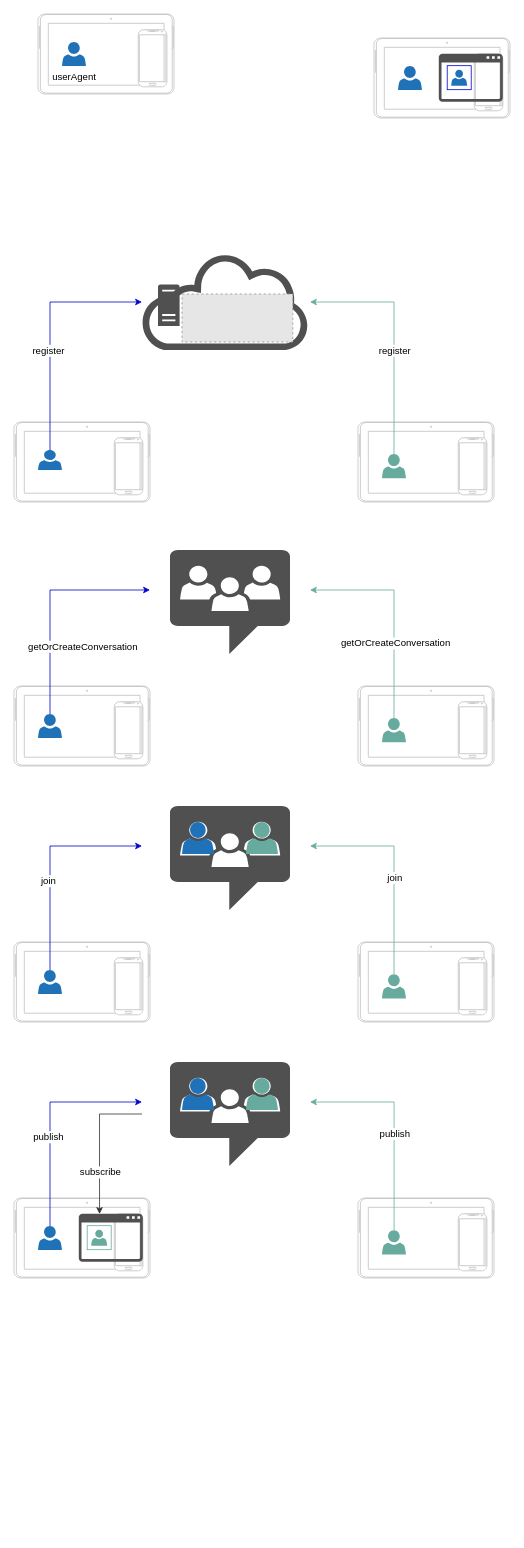
kmoyse-apizee/apizee keeps this draw.io diagram as doc/apirtc_doc.drawio. Above is the earlier version. Source tidied: cells renumbered, new cells numbered last; positions are measured from the earlier drawing's top-left corner, leaving out a move shared by most shapes. Both pictures are drawn from the tidied source at 80%, with x=0, y=0 at pixel (14, 14). Pictures stored in the file or linked from it are replaced by grey dashed boxes.
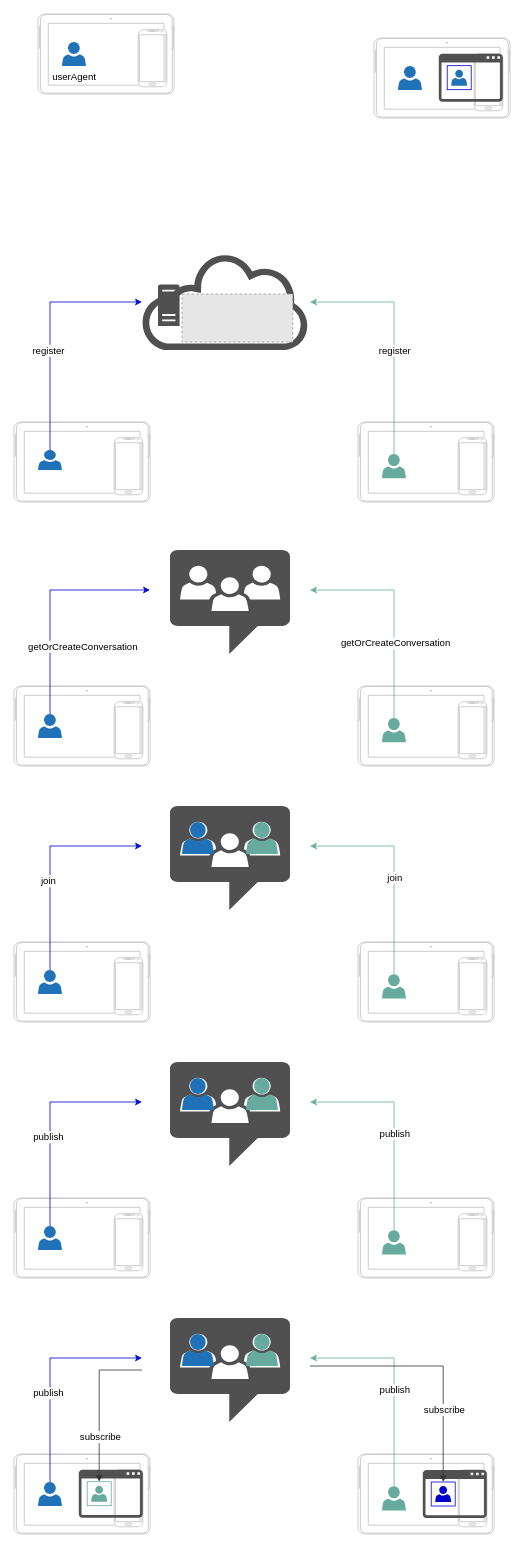
The same diagram, later.

Unchanged cells that the change refers to:
```xml
<mxCell id="50" style="group;" parent="1" vertex="1">
  <mxGeometry y="1480" width="170" height="100" as="geometry" />
</mxCell>
```

The edit, as a diff of the source:
```diff
@@
-    <mxCell id="54" style="group;" parent="50" vertex="1">
-      <mxGeometry x="81" y="19.6" width="80" height="60" as="geometry" />
-    </mxCell>
-    <mxCell id="55" style="shadow=0;dashed=0;html=1;strokeColor=none;fillColor=#505050;labelPosition=center;verticalLabelPosition=bottom;verticalAlign=top;outlineConnect=0;align=center;shape=mxgraph.office.concepts.application_generic;labelBackgroundColor=none;fontColor=#FFFFFF;" parent="54" vertex="1">
-      <mxGeometry width="80" height="60" as="geometry" />
-    </mxCell>
-    <mxCell id="56" style="shadow=0;dashed=0;html=1;strokeColor=none;labelPosition=center;verticalLabelPosition=bottom;verticalAlign=top;align=center;shape=mxgraph.office.users.user;fillColor=#67AB9F;" parent="54" vertex="1">
-      <mxGeometry x="15.5" y="20" width="20" height="20" as="geometry" />
-    </mxCell>
-    <mxCell id="57" style="whiteSpace=wrap;html=1;labelBackgroundColor=none;fontColor=#FFFFFF;strokeColor=#67AB9F;fillColor=none;" parent="54" vertex="1">
-      <mxGeometry x="10.5" y="15" width="30" height="30" as="geometry" />
-    </mxCell>
@@
-    <mxCell id="63" style="edgeStyle=orthogonalEdgeStyle;rounded=0;jettySize=auto;html=1;strokeColor=#333333;entryX=0.324;entryY=0.006;entryDx=0;entryDy=0;entryPerimeter=0;" parent="1" edge="1" target="55">
-      <mxGeometry relative="1" as="geometry">
-        <mxPoint x="160" y="1375" as="sourcePoint" />
-        <Array as="points">
-          <mxPoint x="107" y="1375" />
-        </Array>
-      </mxGeometry>
-    </mxCell>
-    <mxCell id="64" value="&lt;font style=&quot;font-size: 12px&quot;&gt;subscribe&lt;/font&gt;" style="edgeLabel;html=1;align=center;verticalAlign=middle;" parent="63" vertex="1">
-      <mxGeometry x="0.42" y="1" relative="1" as="geometry" />
-    </mxCell>
@@
+    <mxCell id="79" style="group;" parent="1" vertex="1">
+      <mxGeometry y="1800" width="170" height="100" as="geometry" />
+    </mxCell>
+    <mxCell id="80" style="verticalLabelPosition=bottom;verticalAlign=top;html=1;shadow=0;dashed=0;strokeWidth=1;shape=mxgraph.android.tab2;strokeColor=#c0c0c0;direction=north;" parent="79" vertex="1">
+      <mxGeometry width="170" height="100" as="geometry" />
+    </mxCell>
+    <mxCell id="81" style="verticalLabelPosition=bottom;verticalAlign=top;html=1;shadow=0;dashed=0;strokeWidth=1;shape=mxgraph.android.phone2;strokeColor=#c0c0c0;" parent="79" vertex="1">
+      <mxGeometry x="125.3" y="19.6" width="35.8" height="71.4" as="geometry" />
+    </mxCell>
+    <mxCell id="82" style="shadow=0;dashed=0;html=1;strokeColor=none;labelPosition=center;verticalLabelPosition=bottom;verticalAlign=top;outlineConnect=0;align=center;shape=mxgraph.office.users.user;fillColor=#2072B8;" parent="79" vertex="1">
+      <mxGeometry x="30" y="35" width="30" height="30" as="geometry" />
+    </mxCell>
+    <mxCell id="54" style="group;" parent="79" vertex="1">
+      <mxGeometry x="81" y="19.6" width="80" height="60" as="geometry" />
+    </mxCell>
+    <mxCell id="83" style="shadow=0;dashed=0;html=1;strokeColor=none;fillColor=#505050;labelPosition=center;verticalLabelPosition=bottom;verticalAlign=top;align=center;shape=mxgraph.office.concepts.application_generic;labelBackgroundColor=none;fontColor=#FFFFFF;" parent="54" vertex="1">
+      <mxGeometry width="80" height="60" as="geometry" />
+    </mxCell>
+    <mxCell id="84" style="shadow=0;dashed=0;html=1;strokeColor=none;labelPosition=center;verticalLabelPosition=bottom;verticalAlign=top;align=center;shape=mxgraph.office.users.user;fillColor=#67AB9F;" parent="54" vertex="1">
+      <mxGeometry x="15.5" y="20" width="20" height="20" as="geometry" />
+    </mxCell>
+    <mxCell id="85" style="whiteSpace=wrap;html=1;labelBackgroundColor=none;fontColor=#FFFFFF;strokeColor=#67AB9F;fillColor=none;" parent="54" vertex="1">
+      <mxGeometry x="10.5" y="15" width="30" height="30" as="geometry" />
+    </mxCell>
+    <mxCell id="86" style="edgeStyle=orthogonalEdgeStyle;rounded=0;jettySize=auto;html=1;strokeColor=#0000CC;" parent="1" edge="1" source="82">
+      <mxGeometry relative="1" as="geometry">
+        <mxPoint x="160" y="1680" as="targetPoint" />
+        <Array as="points">
+          <mxPoint x="45" y="1680" />
+        </Array>
+      </mxGeometry>
+    </mxCell>
+    <mxCell id="87" value="&lt;span style=&quot;font-size: 12px&quot;&gt;publish&lt;/span&gt;" style="edgeLabel;html=1;align=center;verticalAlign=middle;" parent="86" vertex="1">
+      <mxGeometry x="-0.17" y="3" relative="1" as="geometry" />
+    </mxCell>
+    <mxCell id="88" style="shadow=0;dashed=0;html=1;strokeColor=none;fillColor=#505050;labelPosition=center;verticalLabelPosition=bottom;verticalAlign=top;align=center;shape=mxgraph.office.communications.chat_room;" parent="1" vertex="1">
+      <mxGeometry x="195" y="1630" width="150" height="130" as="geometry" />
+    </mxCell>
+    <mxCell id="89" style="shadow=0;dashed=0;html=1;strokeColor=none;labelPosition=center;verticalLabelPosition=bottom;verticalAlign=top;align=center;shape=mxgraph.office.users.user;fillColor=#2072B8;" parent="1" vertex="1">
+      <mxGeometry x="210" y="1650" width="40" height="40" as="geometry" />
+    </mxCell>
+    <mxCell id="90" style="shadow=0;dashed=0;html=1;strokeColor=none;labelPosition=center;verticalLabelPosition=bottom;verticalAlign=top;align=center;shape=mxgraph.office.users.user;fillColor=#67AB9F;" parent="1" vertex="1">
+      <mxGeometry x="290" y="1650" width="40" height="40" as="geometry" />
+    </mxCell>
+    <mxCell id="91" style="edgeStyle=orthogonalEdgeStyle;rounded=0;jettySize=auto;html=1;strokeColor=#333333;entryX=0.5;entryY=0;entryDx=0;entryDy=0;" parent="1" edge="1" target="85">
+      <mxGeometry relative="1" as="geometry">
+        <mxPoint x="160" y="1695" as="sourcePoint" />
+        <Array as="points">
+          <mxPoint x="107" y="1695" />
+        </Array>
+      </mxGeometry>
+    </mxCell>
+    <mxCell id="92" value="&lt;font style=&quot;font-size: 12px&quot;&gt;subscribe&lt;/font&gt;" style="edgeLabel;html=1;align=center;verticalAlign=middle;" parent="91" vertex="1">
+      <mxGeometry x="0.42" y="1" relative="1" as="geometry" />
+    </mxCell>
+    <mxCell id="93" style="group;" parent="1" vertex="1">
+      <mxGeometry x="430" y="1800" width="170" height="100" as="geometry" />
+    </mxCell>
+    <mxCell id="94" style="verticalLabelPosition=bottom;verticalAlign=top;html=1;shadow=0;dashed=0;strokeWidth=1;shape=mxgraph.android.tab2;strokeColor=#c0c0c0;direction=north;" parent="93" vertex="1">
+      <mxGeometry width="170" height="100" as="geometry" />
+    </mxCell>
+    <mxCell id="95" style="verticalLabelPosition=bottom;verticalAlign=top;html=1;shadow=0;dashed=0;strokeWidth=1;shape=mxgraph.android.phone2;strokeColor=#c0c0c0;" parent="93" vertex="1">
+      <mxGeometry x="125.3" y="19.6" width="35.8" height="71.4" as="geometry" />
+    </mxCell>
+    <mxCell id="96" style="shadow=0;dashed=0;html=1;strokeColor=none;labelPosition=center;verticalLabelPosition=bottom;verticalAlign=top;align=center;shape=mxgraph.office.users.user;fillColor=#67AB9F;" parent="93" vertex="1">
+      <mxGeometry x="30" y="40.2" width="30" height="30.4" as="geometry" />
+    </mxCell>
+    <mxCell id="55" style="shadow=0;dashed=0;html=1;strokeColor=none;fillColor=#505050;labelPosition=center;verticalLabelPosition=bottom;verticalAlign=top;outlineConnect=0;align=center;shape=mxgraph.office.concepts.application_generic;labelBackgroundColor=none;fontColor=#FFFFFF;" parent="93" vertex="1">
+      <mxGeometry x="81" y="20" width="80" height="60" as="geometry" />
+    </mxCell>
+    <mxCell id="56" style="shadow=0;dashed=0;html=1;strokeColor=none;labelPosition=center;verticalLabelPosition=bottom;verticalAlign=top;align=center;shape=mxgraph.office.users.user;fillColor=#0000CC;" parent="93" vertex="1">
+      <mxGeometry x="96.5" y="40" width="20" height="20" as="geometry" />
+    </mxCell>
+    <mxCell id="57" style="whiteSpace=wrap;html=1;labelBackgroundColor=none;fontColor=#FFFFFF;fillColor=none;strokeColor=#0000CC;" parent="93" vertex="1">
+      <mxGeometry x="91.5" y="35" width="30" height="30" as="geometry" />
+    </mxCell>
+    <mxCell id="97" style="edgeStyle=orthogonalEdgeStyle;rounded=0;orthogonalLoop=1;jettySize=auto;html=1;strokeColor=#67AB9F;" parent="1" edge="1">
+      <mxGeometry relative="1" as="geometry">
+        <mxPoint x="475.1" y="1840.2" as="sourcePoint" />
+        <mxPoint x="370" y="1680" as="targetPoint" />
+        <Array as="points">
+          <mxPoint x="475" y="1680" />
+        </Array>
+      </mxGeometry>
+    </mxCell>
+    <mxCell id="98" value="&lt;span style=&quot;font-size: 12px&quot;&gt;publish&lt;/span&gt;" style="edgeLabel;html=1;align=center;verticalAlign=middle;" parent="97" vertex="1">
+      <mxGeometry x="-0.09" y="1" relative="1" as="geometry">
+        <mxPoint x="1" as="offset" />
+      </mxGeometry>
+    </mxCell>
+    <mxCell id="99" style="edgeStyle=orthogonalEdgeStyle;rounded=0;jettySize=auto;html=1;strokeColor=#333333;entryX=0.5;entryY=0;entryDx=0;entryDy=0;" parent="1" edge="1" target="57">
+      <mxGeometry relative="1" as="geometry">
+        <mxPoint x="370" y="1690" as="sourcePoint" />
+        <Array as="points">
+          <mxPoint x="537" y="1690" />
+          <mxPoint x="537" y="1835" />
+        </Array>
+      </mxGeometry>
+    </mxCell>
+    <mxCell id="100" value="&lt;font style=&quot;font-size: 12px&quot;&gt;subscribe&lt;/font&gt;" style="edgeLabel;html=1;align=center;verticalAlign=middle;" parent="99" vertex="1">
+      <mxGeometry x="0.42" y="1" relative="1" as="geometry" />
+    </mxCell>
```
